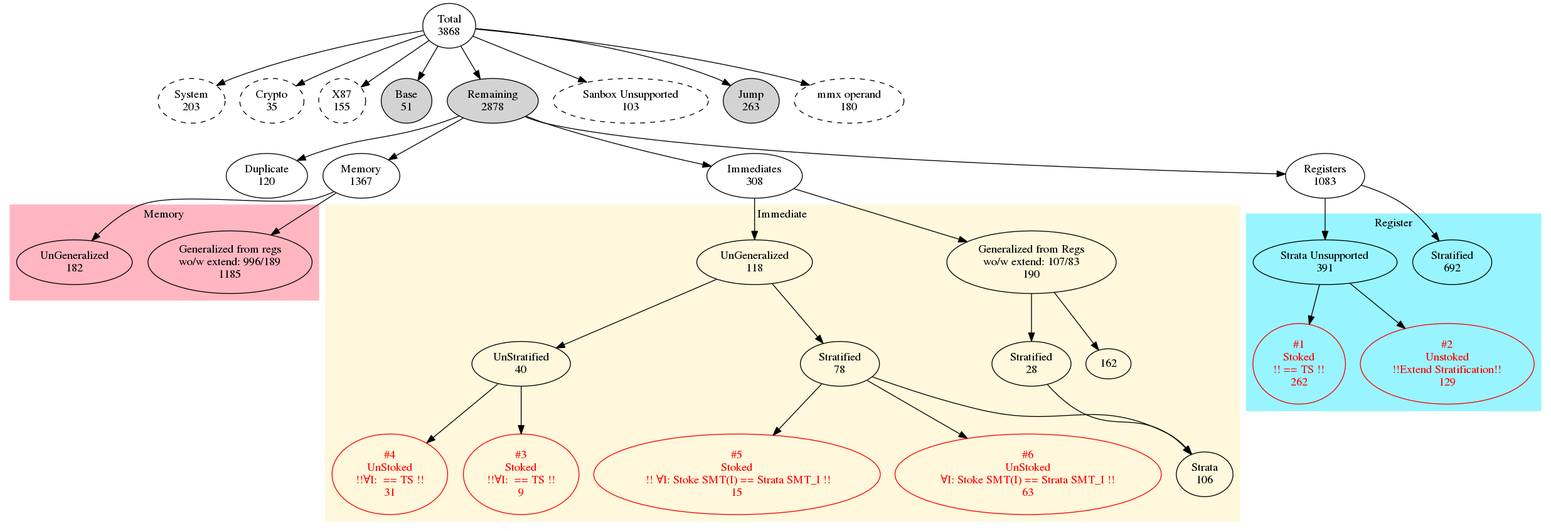
The Graphviz diagram docs/reports/instruction_support_status.png in kframework/X86-64-semantics, before a commit. Its source is kept beside it as docs/reports/instruction_support_status.dot.
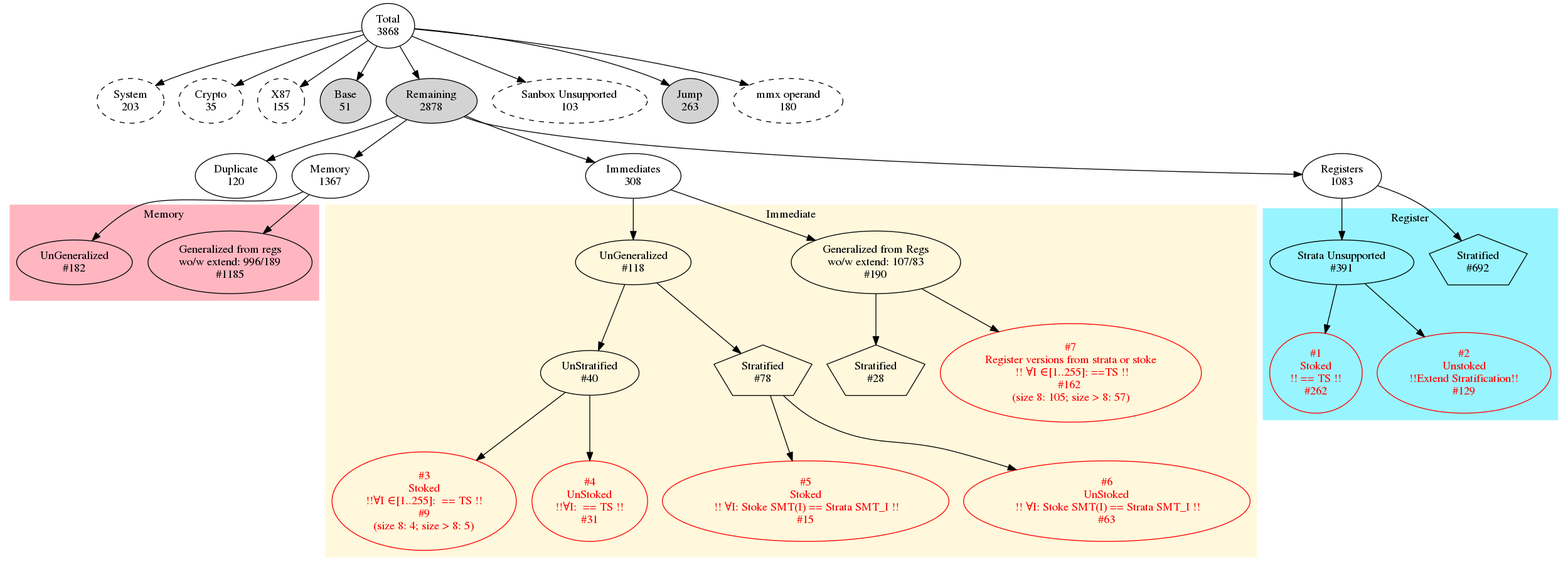
After the commit.

The edit, as a diff of the source:
```diff
@@ -43,10 +43,10 @@
     style=filled;
     color = cadetblue1;
 
-    REGS_STRATA [label="Stratified\n692"]
-    REGS_UNSTRATA [label="Strata Unsupported\n391"]
-    REGS_UNSTRATA_STOKED [fontcolor=red; color=red; label="#1\nStoked\n!! == TS !!\n262"]
-    REGS_UGUSUS [fontcolor=red; color=red; label="#2\nUnstoked\n!!Extend Stratification!!\n129"]
+    REGS_STRATA [sides=5; shape=polygon; label="Stratified\n#692"]
+    REGS_UNSTRATA [label="Strata Unsupported\n#391"]
+    REGS_UNSTRATA_STOKED [fontcolor=red; color=red; label="#1\nStoked\n!! == TS !!\n#262"]
+    REGS_UGUSUS [fontcolor=red; color=red; label="#2\nUnstoked\n!!Extend Stratification!!\n#129"]
 
     REGS -> REGS_STRATA
     REGS -> REGS_UNSTRATA
@@ -64,8 +64,8 @@
     style=filled;
     color = lightpink;
 
-    MEM_G [label="Generalized from regs\nwo/w extend: 996/189\n1185"]
-    MEM_UG [label="UnGeneralized\n182"]
+    MEM_G [label="Generalized from regs\nwo/w extend: 996/189\n#1185"]
+    MEM_UG [label="UnGeneralized\n#182"]
 
     MEM -> MEM_G
     MEM -> MEM_UG
@@ -80,23 +80,23 @@
     style=filled;
     color = cornsilk;
 
-    G [label="Generalized from Regs\nwo/w extend: 107/83\n190"]
-    S1 [label="Stratified\n28"]
-    S [label="Strata\n106"]
-    UG [label="UnGeneralized\n118"]
-    UGUS [label="UnStratified\n40"]
-    S2 [label="Stratified\n78"]
-    UGUSS [fontcolor=red; color=red; label="#3\nStoked\n!!&#8704;I:  == TS !!\n9"]
-    UGUSUS [fontcolor=red; color=red; label="#4\nUnStoked\n!!&#8704;I:  == TS !!\n31"]
-    S2_STOKED [fontcolor=red; color=red; label="#5\nStoked\n !! &#8704;I: Stoke SMT(I) == Strata SMT_I !!\n15"]
-    S2_UNSTOKED [fontcolor=red; color=red; label="#6\nUnStoked\n&#8704;I: Stoke SMT(I) == Strata SMT_I !!\n63"]
+    G [label="Generalized from Regs\nwo/w extend: 107/83\n#190"]
+    S1 [sides=5; shape=polygon; label="Stratified\n#28"]
+    UG [label="UnGeneralized\n#118"]
+    UGUS [label="UnStratified\n#40"]
+    S2 [sides=5; shape=polygon; label="Stratified\n#78"]
+    UGUSS [fontcolor=red; color=red; label="#3\nStoked\n!!&#8704;I &isin;[1..255]:  == TS !!\n#9\n(size 8: 4; size > 8: 5)"]
+    UGUSUS [fontcolor=red; color=red; label="#4\nUnStoked\n!!&#8704;I:  == TS !!\n#31"]
+    S2_STOKED [fontcolor=red; color=red; label="#5\nStoked\n !! &#8704;I: Stoke SMT(I) == Strata SMT_I !!\n#15"]
+    S2_UNSTOKED [fontcolor=red; color=red; label="#6\nUnStoked\n !! &#8704;I: Stoke SMT(I) == Strata SMT_I !!\n#63"]
+    GUS [fontcolor=red; color=red; label="#7\nRegister versions from strata or stoke\n !! &#8704;I &isin;[1..255]: ==TS !!\n#162 \n(size 8: 105; size > 8: 57)"]
 
     IMMS -> G
     IMMS -> UG
 
-    G -> S1 -> S
-    G -> 162
-    UG -> S2 -> S
+    G -> S1
+    UG -> S2
+    G -> GUS
     UG -> UGUS -> UGUSS
     UGUS -> UGUSUS
     S2 -> S2_STOKED
@@ -105,7 +105,7 @@
     {rank = same; IMMS; }
     {rank = same; G; UG; }
     {rank = same; S1; S2; UGUS }
-    {rank = same; S; UGUSUS  }
+    {rank = same; UGUSUS  }
     {rank = same; S2_STOKED;S2_UNSTOKED   }
   }
  /***************************************************/
```
